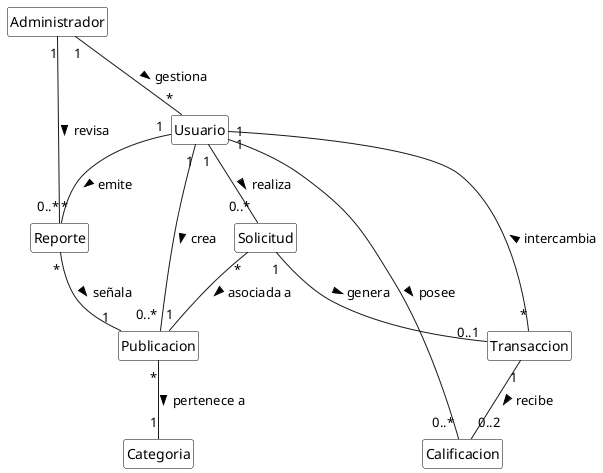
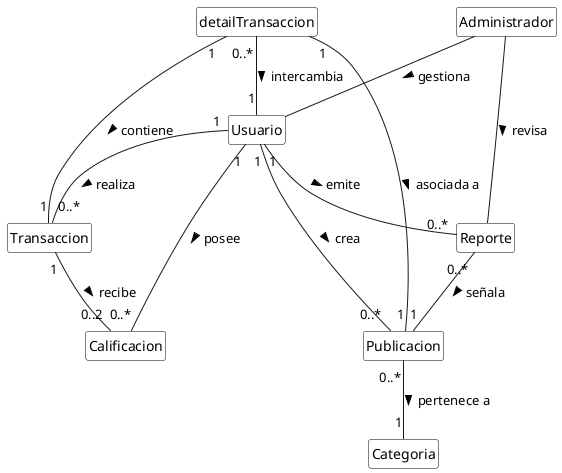
@startuml
' Formato para los modelos de domineo
hide empty members
hide circle
skinparam classBackgroundColor White
skinparam classBorderColor Black

' Definición de Conceptos
class Usuario
class Administrador
class Publicacion
class Categoria
- class Solicitud
class Transaccion
+ class detailTransaccion
class Calificacion
class Reporte

' Relaciones y Multiplicidades
Usuario "1" -- "0..*" Publicacion : crea >
- Publicacion "*" -- "1" Categoria : pertenece a >
+ Publicacion "0..*" -- "1" Categoria : pertenece a >

+ Usuario "1" -- "0..*" Transaccion : realiza >

- Usuario "1" -- "0..*" Solicitud : realiza >
- Solicitud "*" -- "1" Publicacion : asociada a >
+ 'relacion 1 a 1 para evitar registros duplicados.
+ detailTransaccion "1" -- "1" Publicacion : asociada a >

Transaccion "1" -- "0..2" Calificacion : recibe >
Usuario "1" -- "0..*" Calificacion : posee >

- Solicitud "1" -- "0..1" Transaccion : genera >
- Transaccion "*" -- "1" Usuario : intercambia >
+ detailTransaccion "0..*" -- "1" Usuario : intercambia >
+ detailTransaccion "1" -- "1" Transaccion : contiene >

Usuario "1" -- "0..*" Reporte : emite >
- Reporte "*" -- "1" Publicacion : señala >
+ Reporte "0..*" -- "1" Publicacion : señala >

- Administrador "1" -- "*" Reporte : revisa >
- Administrador "1" -- "*" Usuario : gestiona >
- 
+ Administrador  --  Reporte : revisa >
+ Administrador  --  Usuario : gestiona >
@enduml